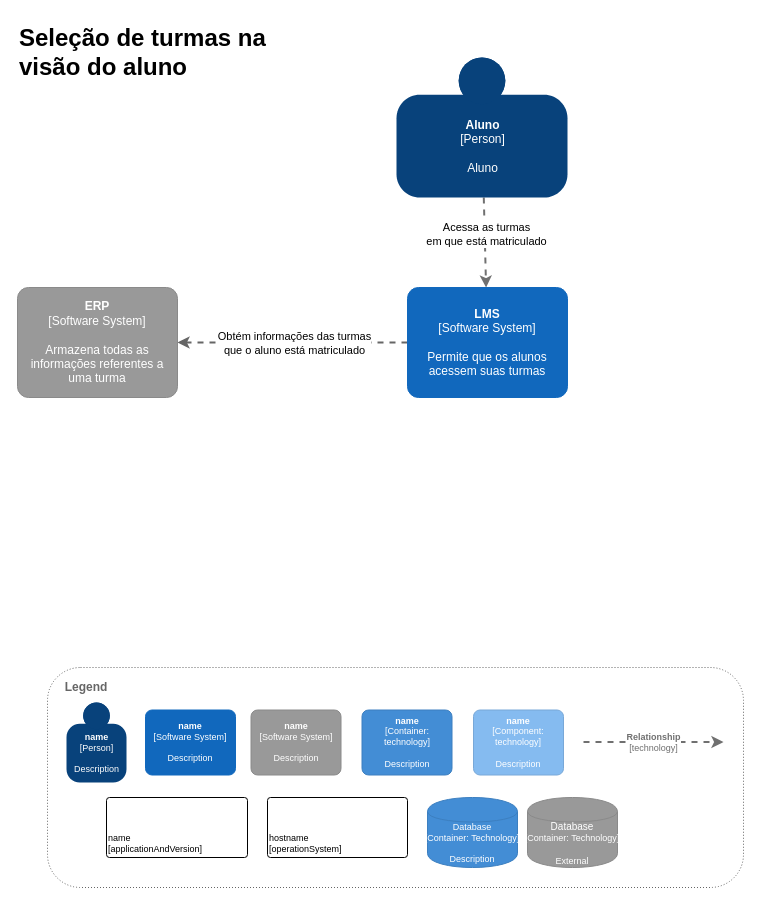
eldoncosta1/diagrams keeps this draw.io diagram as page "C4 Context" (1 of 4) of Design Doc LMS.drawio. Above is the earlier version. Source tidied: cells renumbered, new cells numbered last; positions are measured from the earlier drawing's top-left corner, leaving out a move shared by most shapes. Both pictures are drawn from the tidied source at 100%, with x=0, y=0 at pixel (17, 17).
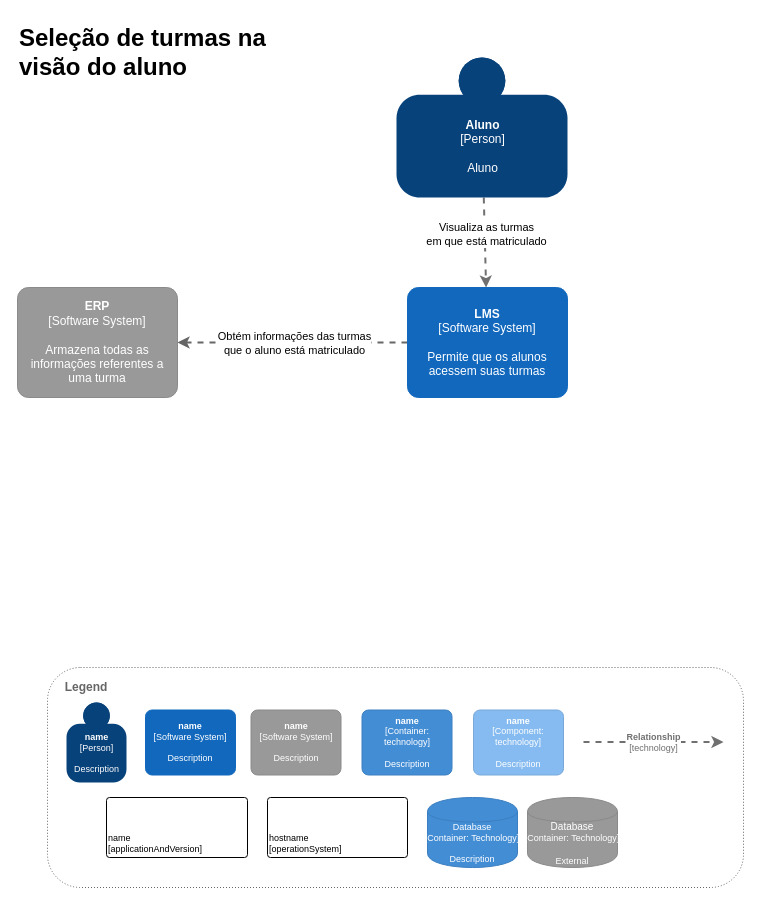
Above is the later version.

Unchanged cells that the change refers to:
```xml
<mxCell id="4" style="edgeStyle=none;rounded=0;jettySize=auto;html=1;dashed=1;strokeColor=#707070;strokeWidth=2;fontColor=#707070;" parent="1" edge="1" source="6" target="8">
  <mxGeometry relative="1" as="geometry" />
</mxCell>
```

Diff of the diagram source:
```diff
@@
-    <mxCell id="5" value="Acessa as turmas&lt;div&gt;em que está matriculado&lt;/div&gt;" style="edgeLabel;html=1;align=center;verticalAlign=middle;" parent="4" vertex="1">
+    <mxCell id="5" value="Visualiza as turmas&lt;div&gt;em que está matriculado&lt;/div&gt;" style="edgeLabel;html=1;align=center;verticalAlign=middle;" parent="4" vertex="1">
       <mxGeometry x="-0.18" y="1" relative="1" as="geometry" />
     </mxCell>
```
